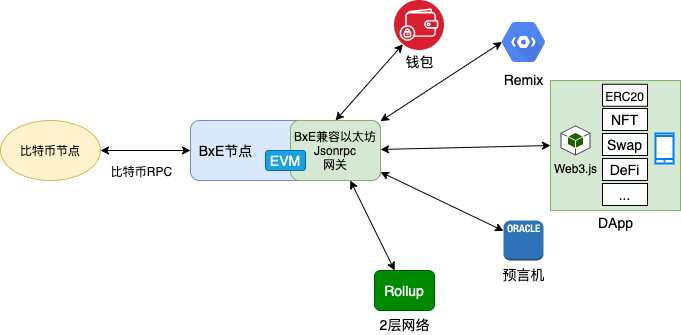
This is image/BxE-Web3-Ecosystem.png from bxelab/whitepaper, a draw.io export, as it was before one commit. Source tidied: cells renumbered, new cells last; positions are measured from the earlier drawing's top-left corner, leaving out a move shared by most shapes.
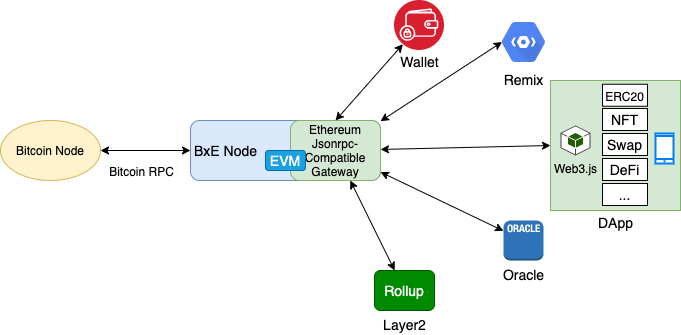
Later version of the same file.

The edit, as a diff of the source:
```diff
@@ -5,13 +5,13 @@
     <mxCell id="2" style="rounded=1;whiteSpace=wrap;html=1;strokeColor=#6c8ebf;strokeWidth=1;fillColor=#dae8fc;" parent="1" vertex="1">
       <mxGeometry x="190" y="120" width="190" height="60" as="geometry" />
     </mxCell>
-    <mxCell id="3" value="比特币节点" style="ellipse;whiteSpace=wrap;html=1;fillColor=#fff2cc;strokeColor=#d6b656;" parent="1" vertex="1">
+    <mxCell id="3" value="Bitcoin Node" style="ellipse;whiteSpace=wrap;html=1;fillColor=#fff2cc;strokeColor=#d6b656;" parent="1" vertex="1">
       <mxGeometry y="120" width="100" height="60" as="geometry" />
     </mxCell>
     <mxCell id="4" style="rounded=0;jettySize=auto;html=1;startArrow=classic;startFill=1;endArrow=classic;endFill=1;exitX=0;exitY=0.5;exitDx=0;exitDy=0;" parent="1" edge="1" source="2" target="3">
       <mxGeometry relative="1" as="geometry" />
     </mxCell>
-    <mxCell id="5" value="比特币RPC" style="edgeLabel;html=1;align=center;verticalAlign=middle;fontSize=12;" parent="4" vertex="1">
+    <mxCell id="5" value="Bitcoin RPC" style="edgeLabel;html=1;align=center;verticalAlign=middle;fontSize=12;" parent="4" vertex="1">
       <mxGeometry x="0.23" y="-2" relative="1" as="geometry">
         <mxPoint x="5" y="22" as="offset" />
       </mxGeometry>
@@ -22,7 +22,7 @@
     <mxCell id="7" style="edgeStyle=none;rounded=0;jettySize=auto;html=1;entryX=0.175;entryY=0.5;entryDx=0;entryDy=0;entryPerimeter=0;startArrow=classic;startFill=1;" parent="1" edge="1" source="8" target="11">
       <mxGeometry relative="1" as="geometry" />
     </mxCell>
-    <mxCell id="8" value="BxE兼容以太坊Jsonrpc&lt;br&gt;网关" style="rounded=1;whiteSpace=wrap;html=1;fillColor=#d5e8d4;strokeColor=#82b366;" parent="1" vertex="1">
+    <mxCell id="8" value="Ethereum Jsonrpc-Compatible Gateway" style="rounded=1;whiteSpace=wrap;html=1;fillColor=#d5e8d4;strokeColor=#82b366;" parent="1" vertex="1">
       <mxGeometry x="290" y="120" width="90" height="60" as="geometry" />
     </mxCell>
     <mxCell id="9" style="rounded=0;jettySize=auto;html=1;startArrow=classic;startFill=1;entryX=0.5;entryY=0;entryDx=0;entryDy=0;" parent="1" edge="1" source="10" target="8">
@@ -34,16 +34,16 @@
     <mxCell id="11" value="&lt;font style=&quot;font-weight: normal ; font-size: 14px&quot; color=&quot;#000000&quot;&gt;Remix&lt;/font&gt;" style="sketch=0;html=1;fillColor=#5184F3;strokeColor=none;verticalAlign=top;labelPosition=center;verticalLabelPosition=bottom;align=center;spacingTop=-6;fontSize=11;fontStyle=1;fontColor=#999999;shape=mxgraph.gcp2.hexIcon;prIcon=cloud_tools_for_powershell;" parent="1" vertex="1">
       <mxGeometry x="490" y="12.2" width="66" height="58.5" as="geometry" />
     </mxCell>
-    <mxCell id="12" value="&lt;font style=&quot;font-size: 14px&quot;&gt;钱包&lt;/font&gt;" style="text;html=1;align=center;verticalAlign=middle;strokeColor=none;fillColor=none;" parent="1" vertex="1">
-      <mxGeometry x="399" y="50.8" width="40" height="20" as="geometry" />
+    <mxCell id="12" value="&lt;font style=&quot;font-size: 14px&quot;&gt;Wallet&lt;/font&gt;" style="text;html=1;align=center;verticalAlign=middle;strokeColor=none;fillColor=none;" parent="1" vertex="1">
+      <mxGeometry x="394" y="50.8" width="50" height="20" as="geometry" />
     </mxCell>
-    <mxCell id="13" value="BxE节点" style="text;html=1;align=center;verticalAlign=middle;strokeColor=none;fillColor=none;fontSize=14;" parent="1" vertex="1">
-      <mxGeometry x="190" y="140" width="70" height="20" as="geometry" />
+    <mxCell id="13" value="BxE Node" style="text;html=1;align=center;verticalAlign=middle;strokeColor=none;fillColor=none;fontSize=14;" parent="1" vertex="1">
+      <mxGeometry x="185" y="140" width="80" height="20" as="geometry" />
     </mxCell>
     <mxCell id="14" style="edgeStyle=none;rounded=0;jettySize=auto;html=1;fontSize=14;startArrow=classic;startFill=1;endArrow=classic;endFill=1;strokeColor=#000000;strokeWidth=1;" parent="1" edge="1" source="15" target="8">
       <mxGeometry relative="1" as="geometry" />
     </mxCell>
-    <mxCell id="15" value="预言机" style="outlineConnect=0;dashed=0;verticalLabelPosition=bottom;verticalAlign=top;align=center;html=1;shape=mxgraph.aws3.oracle_db_instance_2;fillColor=#2E73B8;gradientColor=none;fontSize=14;" parent="1" vertex="1">
+    <mxCell id="15" value="Oracle" style="outlineConnect=0;dashed=0;verticalLabelPosition=bottom;verticalAlign=top;align=center;html=1;shape=mxgraph.aws3.oracle_db_instance_2;fillColor=#2E73B8;gradientColor=none;fontSize=14;" parent="1" vertex="1">
       <mxGeometry x="503" y="220" width="40" height="40" as="geometry" />
     </mxCell>
     <mxCell id="16" value="EVM" style="rounded=1;whiteSpace=wrap;html=1;fontSize=14;fillColor=#1ba1e2;strokeColor=#006EAF;fontColor=#ffffff;" parent="1" vertex="1">
@@ -58,8 +58,8 @@
     <mxCell id="19" value="Rollup" style="rounded=1;whiteSpace=wrap;html=1;fontSize=14;fillColor=#008a00;strokeColor=#005700;fontColor=#ffffff;" parent="18" vertex="1">
       <mxGeometry x="5" width="60" height="40" as="geometry" />
     </mxCell>
-    <mxCell id="20" value="2层网络" style="text;html=1;align=center;verticalAlign=middle;strokeColor=none;fillColor=none;fontSize=14;" parent="18" vertex="1">
-      <mxGeometry y="44" width="70" height="20" as="geometry" />
+    <mxCell id="20" value="Layer2" style="text;html=1;align=center;verticalAlign=middle;strokeColor=none;fillColor=none;fontSize=14;" parent="18" vertex="1">
+      <mxGeometry x="5" y="44" width="60" height="20" as="geometry" />
     </mxCell>
     <mxCell id="21" style="group;" parent="1" vertex="1">
       <mxGeometry x="550" y="80" width="130" height="152" as="geometry" />
```
